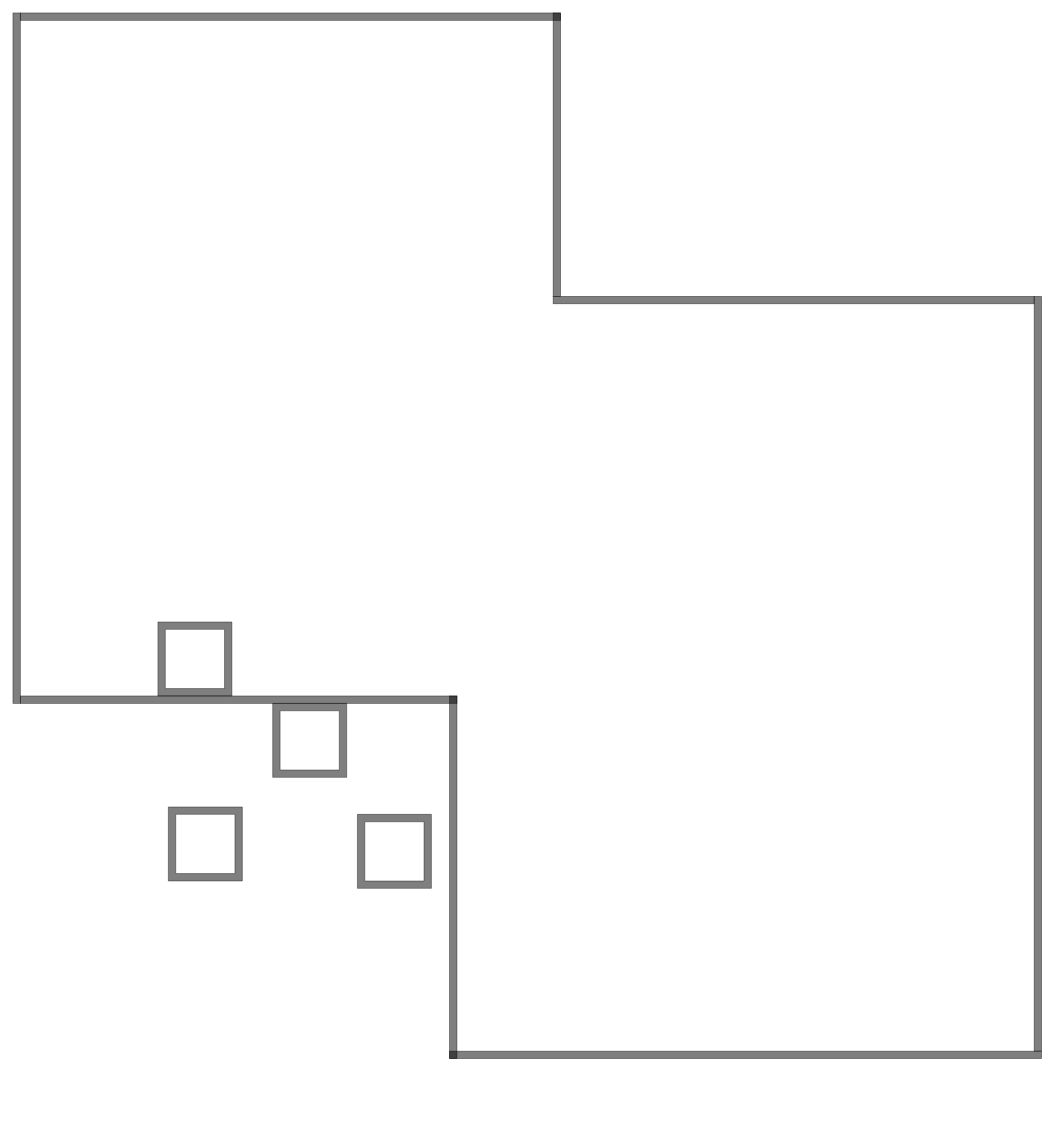
This is page "Page-3" (3 of 3) of LevelDesignWS.drawio from anotien/leveldesignWS, a draw.io file, before an edit. Source tidied: cells renumbered, new cells numbered last; positions are measured from the earlier drawing's top-left corner, leaving out a move shared by most shapes. Both pictures are drawn from the tidied source at 74%, with x=0, y=0 at pixel (13, 13).
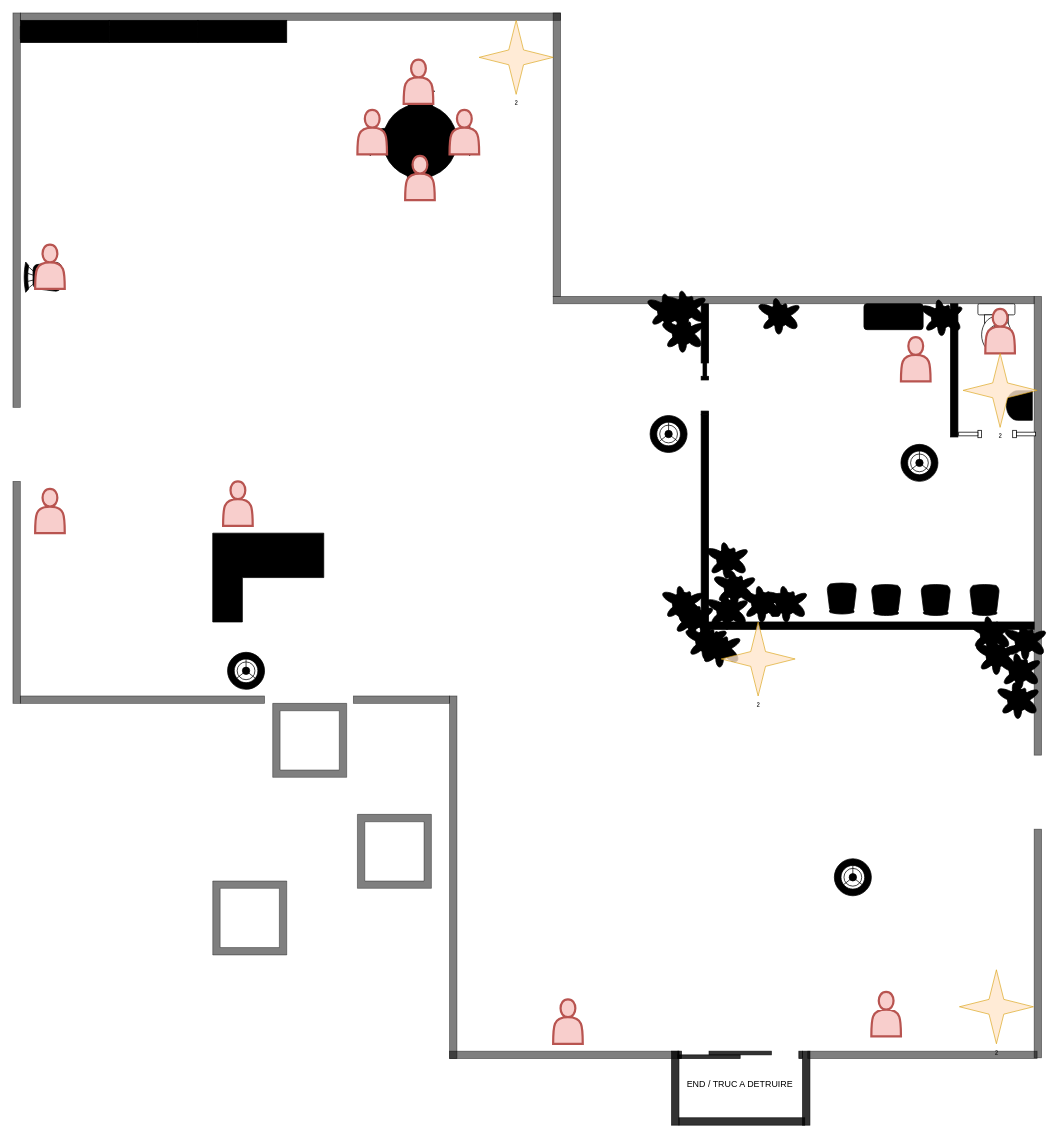
Above is the later version.

What changed in the source:
```diff
@@
-    <mxCell id="3" style="verticalLabelPosition=bottom;html=1;verticalAlign=top;align=center;shape=mxgraph.floorplan.room;fillColor=#000000;opacity=50;" parent="1" vertex="1">
-      <mxGeometry x="195.9" y="823" width="100" height="100" as="geometry" />
-    </mxCell>
     <mxCell id="4" style="verticalLabelPosition=bottom;html=1;verticalAlign=top;align=center;shape=mxgraph.floorplan.room;fillColor=#000000;opacity=50;" parent="1" vertex="1">
-      <mxGeometry x="210" y="1073" width="100" height="100" as="geometry" />
+      <mxGeometry x="270" y="1173" width="100" height="100" as="geometry" />
     </mxCell>
@@
     <mxCell id="9" style="verticalLabelPosition=bottom;html=1;verticalAlign=top;align=center;shape=mxgraph.floorplan.wall;fillColor=#000000;opacity=50;" parent="1" vertex="1">
-      <mxGeometry x="590" y="1403" width="800" height="10" as="geometry" />
+      <mxGeometry x="590" y="1403" width="310" height="10" as="geometry" />
     </mxCell>
@@
     <mxCell id="11" style="verticalLabelPosition=bottom;html=1;verticalAlign=top;align=center;shape=mxgraph.floorplan.wall;fillColor=#000000;opacity=50;" parent="1" vertex="1">
-      <mxGeometry x="10" y="923" width="590" height="10" as="geometry" />
+      <mxGeometry x="10" y="923" width="330" height="10" as="geometry" />
     </mxCell>
     <mxCell id="12" style="verticalLabelPosition=bottom;html=1;verticalAlign=top;align=center;shape=mxgraph.floorplan.wall;fillColor=#000000;direction=south;opacity=50;" parent="1" vertex="1">
-      <mxGeometry width="10" height="933" as="geometry" />
+      <mxGeometry y="633" width="10" height="300" as="geometry" />
     </mxCell>
     <mxCell id="13" style="verticalLabelPosition=bottom;html=1;verticalAlign=top;align=center;shape=mxgraph.floorplan.wall;fillColor=#000000;direction=south;opacity=50;" parent="1" vertex="1">
-      <mxGeometry x="1380" y="383" width="10" height="1020" as="geometry" />
+      <mxGeometry x="1380" y="383" width="10" height="620" as="geometry" />
     </mxCell>
+    <mxCell id="14" style="verticalLabelPosition=bottom;html=1;verticalAlign=top;align=center;shape=mxgraph.floorplan.wall;fillColor=#000000;opacity=50;" parent="1" vertex="1">
+      <mxGeometry x="460" y="923" width="130" height="10" as="geometry" />
+    </mxCell>
+    <mxCell id="15" style="verticalLabelPosition=bottom;html=1;verticalAlign=top;align=center;shape=mxgraph.floorplan.toilet;" parent="1" vertex="1">
+      <mxGeometry x="1304" y="393" width="50" height="67" as="geometry" />
+    </mxCell>
+    <mxCell id="16" style="verticalLabelPosition=bottom;html=1;verticalAlign=top;align=center;shape=mxgraph.floorplan.wall;fillColor=strokeColor;direction=south;" parent="1" vertex="1">
+      <mxGeometry x="1267" y="393" width="10" height="180" as="geometry" />
+    </mxCell>
+    <mxCell id="17" style="verticalLabelPosition=bottom;html=1;verticalAlign=top;align=center;shape=mxgraph.floorplan.doorDoublePocket;dx=0.25;fillColor=#FFFFFF;" parent="1" vertex="1">
+      <mxGeometry x="1278" y="565" width="104" height="8" as="geometry" />
+    </mxCell>
+    <mxCell id="18" style="verticalLabelPosition=bottom;html=1;verticalAlign=top;align=center;shape=mxgraph.floorplan.sink_1;fillColor=#000000;rotation=90;" parent="1" vertex="1">
+      <mxGeometry x="1340" y="513" width="40" height="35" as="geometry" />
+    </mxCell>
+    <mxCell id="19" style="verticalLabelPosition=bottom;html=1;verticalAlign=top;align=center;shape=mxgraph.floorplan.sink_double2;fillColor=#000000;" parent="1" vertex="1">
+      <mxGeometry x="1150" y="393" width="80" height="35" as="geometry" />
+    </mxCell>
+    <mxCell id="20" style="verticalLabelPosition=bottom;html=1;verticalAlign=top;align=center;shape=mxgraph.floorplan.plant;fillColor=#000000;" parent="1" vertex="1">
+      <mxGeometry x="940" y="782" width="47" height="51" as="geometry" />
+    </mxCell>
+    <mxCell id="21" style="verticalLabelPosition=bottom;html=1;verticalAlign=top;align=center;shape=mxgraph.floorplan.plant;fillColor=#000000;" parent="1" vertex="1">
+      <mxGeometry x="1230" y="385" width="47" height="51" as="geometry" />
+    </mxCell>
+    <mxCell id="22" style="verticalLabelPosition=bottom;html=1;verticalAlign=top;align=center;shape=mxgraph.floorplan.plant;fillColor=#000000;" parent="1" vertex="1">
+      <mxGeometry x="1010" y="383" width="47" height="51" as="geometry" />
+    </mxCell>
+    <mxCell id="23" style="verticalLabelPosition=bottom;html=1;verticalAlign=top;align=center;shape=mxgraph.floorplan.wall;fillColor=strokeColor;direction=south;" parent="1" vertex="1">
+      <mxGeometry x="930" y="543" width="10" height="280" as="geometry" />
+    </mxCell>
+    <mxCell id="24" style="verticalLabelPosition=bottom;html=1;verticalAlign=top;align=center;shape=mxgraph.floorplan.wall;fillColor=strokeColor;direction=south;" parent="1" vertex="1">
+      <mxGeometry x="930" y="393" width="10" height="80" as="geometry" />
+    </mxCell>
+    <mxCell id="25" style="verticalLabelPosition=bottom;html=1;verticalAlign=top;align=center;shape=mxgraph.floorplan.wall;fillColor=strokeColor;" parent="1" vertex="1">
+      <mxGeometry x="930" y="823" width="450" height="10" as="geometry" />
+    </mxCell>
+    <mxCell id="26" style="verticalLabelPosition=bottom;html=1;verticalAlign=top;align=center;shape=mxgraph.floorplan.plant;fillColor=#000000;" parent="1" vertex="1">
+      <mxGeometry x="987" y="772" width="47" height="51" as="geometry" />
+    </mxCell>
+    <mxCell id="27" style="verticalLabelPosition=bottom;html=1;verticalAlign=top;align=center;shape=mxgraph.floorplan.plant;fillColor=#000000;" parent="1" vertex="1">
+      <mxGeometry x="1020" y="772" width="47" height="51" as="geometry" />
+    </mxCell>
+    <mxCell id="28" style="verticalLabelPosition=bottom;html=1;verticalAlign=top;align=center;shape=mxgraph.floorplan.plant;fillColor=#000000;" parent="1" vertex="1">
+      <mxGeometry x="950" y="751" width="47" height="51" as="geometry" />
+    </mxCell>
+    <mxCell id="29" style="verticalLabelPosition=bottom;html=1;verticalAlign=top;align=center;shape=mxgraph.floorplan.plant;fillColor=#000000;" parent="1" vertex="1">
+      <mxGeometry x="940" y="713" width="47" height="51" as="geometry" />
+    </mxCell>
+    <mxCell id="30" style="verticalLabelPosition=bottom;html=1;verticalAlign=top;align=center;shape=mxgraph.floorplan.plant;fillColor=#000000;" parent="1" vertex="1">
+      <mxGeometry x="1343" y="823" width="47" height="51" as="geometry" />
+    </mxCell>
+    <mxCell id="31" style="verticalLabelPosition=bottom;html=1;verticalAlign=top;align=center;shape=mxgraph.floorplan.plant;fillColor=#000000;" parent="1" vertex="1">
+      <mxGeometry x="1296" y="813" width="47" height="51" as="geometry" />
+    </mxCell>
+    <mxCell id="32" style="verticalLabelPosition=bottom;html=1;verticalAlign=top;align=center;shape=mxgraph.floorplan.plant;fillColor=#000000;" parent="1" vertex="1">
+      <mxGeometry x="1335" y="863" width="47" height="51" as="geometry" />
+    </mxCell>
+    <mxCell id="33" style="verticalLabelPosition=bottom;html=1;verticalAlign=top;align=center;shape=mxgraph.floorplan.plant;fillColor=#000000;" parent="1" vertex="1">
+      <mxGeometry x="1304" y="843" width="47" height="51" as="geometry" />
+    </mxCell>
+    <mxCell id="34" style="verticalLabelPosition=bottom;html=1;verticalAlign=top;align=center;shape=mxgraph.floorplan.plant;fillColor=#000000;" parent="1" vertex="1">
+      <mxGeometry x="1333" y="902.5" width="47" height="51" as="geometry" />
+    </mxCell>
+    <mxCell id="35" style="verticalLabelPosition=bottom;html=1;verticalAlign=top;align=center;shape=mxgraph.floorplan.doorPocket;dx=0.5;fillColor=#000000;rotation=90;" parent="1" vertex="1">
+      <mxGeometry x="883" y="486" width="104" height="10" as="geometry" />
+    </mxCell>
+    <mxCell id="36" style="verticalLabelPosition=bottom;html=1;verticalAlign=top;align=center;shape=mxgraph.floorplan.plant;fillColor=#000000;" parent="1" vertex="1">
+      <mxGeometry x="883" y="373" width="47" height="51" as="geometry" />
+    </mxCell>
+    <mxCell id="37" style="verticalLabelPosition=bottom;html=1;verticalAlign=top;align=center;shape=mxgraph.floorplan.plant;fillColor=#000000;" parent="1" vertex="1">
+      <mxGeometry x="860" y="377" width="47" height="51" as="geometry" />
+    </mxCell>
+    <mxCell id="38" style="verticalLabelPosition=bottom;html=1;verticalAlign=top;align=center;shape=mxgraph.floorplan.plant;fillColor=#000000;" parent="1" vertex="1">
+      <mxGeometry x="880" y="407.5" width="47" height="51" as="geometry" />
+    </mxCell>
+    <mxCell id="39" style="verticalLabelPosition=bottom;html=1;verticalAlign=top;align=center;shape=mxgraph.floorplan.plant;fillColor=#000000;" parent="1" vertex="1">
+      <mxGeometry x="880" y="772" width="47" height="51" as="geometry" />
+    </mxCell>
+    <mxCell id="40" style="verticalLabelPosition=bottom;html=1;verticalAlign=top;align=center;shape=mxgraph.floorplan.plant;fillColor=#000000;" parent="1" vertex="1">
+      <mxGeometry x="930" y="833" width="47" height="51" as="geometry" />
+    </mxCell>
+    <mxCell id="41" style="verticalLabelPosition=bottom;html=1;verticalAlign=top;align=center;shape=mxgraph.floorplan.plant;fillColor=#000000;" parent="1" vertex="1">
+      <mxGeometry x="893" y="792" width="47" height="51" as="geometry" />
+    </mxCell>
+    <mxCell id="42" style="verticalLabelPosition=bottom;html=1;verticalAlign=top;align=center;shape=mxgraph.floorplan.plant;fillColor=#000000;" parent="1" vertex="1">
+      <mxGeometry x="911.5" y="823" width="47" height="51" as="geometry" />
+    </mxCell>
+    <mxCell id="43" style="shape=actor;whiteSpace=wrap;html=1;sketch=0;strokeColor=#b85450;strokeWidth=3;fillColor=#f8cecc;" parent="1" vertex="1">
+      <mxGeometry x="1200" y="438" width="40" height="60" as="geometry" />
+    </mxCell>
+    <mxCell id="44" style="shape=actor;whiteSpace=wrap;html=1;sketch=0;strokeColor=#b85450;strokeWidth=3;fillColor=#f8cecc;" parent="1" vertex="1">
+      <mxGeometry x="1160" y="1323" width="40" height="60" as="geometry" />
+    </mxCell>
+    <mxCell id="45" style="verticalLabelPosition=bottom;html=1;verticalAlign=top;align=center;shape=mxgraph.floorplan.office_chair;fillColor=#000000;rotation=-180;" parent="1" vertex="1">
+      <mxGeometry x="1100" y="770" width="40" height="43" as="geometry" />
+    </mxCell>
+    <mxCell id="46" style="verticalLabelPosition=bottom;html=1;verticalAlign=top;align=center;shape=mxgraph.floorplan.office_chair;fillColor=#000000;rotation=-180;" parent="1" vertex="1">
+      <mxGeometry x="1160" y="772" width="40" height="43" as="geometry" />
+    </mxCell>
+    <mxCell id="47" style="verticalLabelPosition=bottom;html=1;verticalAlign=top;align=center;shape=mxgraph.floorplan.office_chair;fillColor=#000000;rotation=-180;" parent="1" vertex="1">
+      <mxGeometry x="1227" y="772" width="40" height="43" as="geometry" />
+    </mxCell>
+    <mxCell id="48" style="verticalLabelPosition=bottom;html=1;verticalAlign=top;align=center;shape=mxgraph.floorplan.office_chair;fillColor=#000000;rotation=-180;" parent="1" vertex="1">
+      <mxGeometry x="1293" y="772" width="40" height="43" as="geometry" />
+    </mxCell>
+    <mxCell id="49" style="verticalLabelPosition=bottom;html=1;verticalAlign=top;align=center;shape=mxgraph.floorplan.chair;shadow=0;fillColor=#000000;" parent="1" vertex="1">
+      <mxGeometry x="530" y="103" width="40" height="52" as="geometry" />
+    </mxCell>
+    <mxCell id="50" style="verticalLabelPosition=bottom;html=1;verticalAlign=top;align=center;shape=mxgraph.floorplan.chair;shadow=0;direction=west;fillColor=#000000;" parent="1" vertex="1">
+      <mxGeometry x="530" y="191" width="40" height="52" as="geometry" />
+    </mxCell>
+    <mxCell id="51" style="verticalLabelPosition=bottom;html=1;verticalAlign=top;align=center;shape=mxgraph.floorplan.chair;shadow=0;direction=north;fillColor=#000000;" parent="1" vertex="1">
+      <mxGeometry x="480" y="153" width="52" height="40" as="geometry" />
+    </mxCell>
+    <mxCell id="52" style="verticalLabelPosition=bottom;html=1;verticalAlign=top;align=center;shape=mxgraph.floorplan.chair;shadow=0;direction=south;fillColor=#000000;" parent="1" vertex="1">
+      <mxGeometry x="568" y="153" width="52" height="40" as="geometry" />
+    </mxCell>
+    <mxCell id="53" style="shape=ellipse;shadow=0;fillColor=#000000;" parent="1" vertex="1">
+      <mxGeometry x="500" y="123" width="100" height="100" as="geometry" />
+    </mxCell>
+    <mxCell id="54" style="shape=actor;whiteSpace=wrap;html=1;sketch=0;strokeColor=#b85450;strokeWidth=3;fillColor=#f8cecc;" parent="1" vertex="1">
+      <mxGeometry x="530" y="193" width="40" height="60" as="geometry" />
+    </mxCell>
+    <mxCell id="55" style="shape=actor;whiteSpace=wrap;html=1;sketch=0;strokeColor=#b85450;strokeWidth=3;fillColor=#f8cecc;" parent="1" vertex="1">
+      <mxGeometry x="528" y="63" width="40" height="60" as="geometry" />
+    </mxCell>
+    <mxCell id="56" style="shape=actor;whiteSpace=wrap;html=1;sketch=0;strokeColor=#b85450;strokeWidth=3;fillColor=#f8cecc;" parent="1" vertex="1">
+      <mxGeometry x="465.5" y="131" width="40" height="60" as="geometry" />
+    </mxCell>
+    <mxCell id="57" style="shape=actor;whiteSpace=wrap;html=1;sketch=0;strokeColor=#b85450;strokeWidth=3;fillColor=#f8cecc;" parent="1" vertex="1">
+      <mxGeometry x="590" y="131" width="40" height="60" as="geometry" />
+    </mxCell>
+    <mxCell id="58" style="verticalLabelPosition=bottom;html=1;verticalAlign=top;align=center;shape=mxgraph.floorplan.floor_lamp;fillColor=#000000;" parent="1" vertex="1">
+      <mxGeometry x="290" y="864" width="50" height="50" as="geometry" />
+    </mxCell>
+    <mxCell id="59" style="verticalLabelPosition=bottom;html=1;verticalAlign=top;align=center;shape=mxgraph.floorplan.floor_lamp;fillColor=#000000;" parent="1" vertex="1">
+      <mxGeometry x="1200" y="583" width="50" height="50" as="geometry" />
+    </mxCell>
+    <mxCell id="60" style="verticalLabelPosition=bottom;html=1;verticalAlign=top;align=center;shape=mxgraph.floorplan.floor_lamp;fillColor=#000000;" parent="1" vertex="1">
+      <mxGeometry x="861" y="544" width="50" height="50" as="geometry" />
+    </mxCell>
+    <mxCell id="61" style="verticalLabelPosition=bottom;html=1;verticalAlign=top;align=center;shape=mxgraph.floorplan.floor_lamp;fillColor=#000000;" parent="1" vertex="1">
+      <mxGeometry x="1110" y="1143" width="50" height="50" as="geometry" />
+    </mxCell>
+    <mxCell id="62" style="verticalLabelPosition=bottom;html=1;verticalAlign=top;align=center;shape=mxgraph.floorplan.desk_corner_2;fillColor=#000000;" parent="1" vertex="1">
+      <mxGeometry x="270" y="703" width="150" height="120" as="geometry" />
+    </mxCell>
+    <mxCell id="63" style="verticalLabelPosition=bottom;html=1;verticalAlign=top;align=center;shape=mxgraph.floorplan.bookcase;fillColor=#000000;" parent="1" vertex="1">
+      <mxGeometry x="10" y="10" width="120" height="30" as="geometry" />
+    </mxCell>
+    <mxCell id="64" style="verticalLabelPosition=bottom;html=1;verticalAlign=top;align=center;shape=mxgraph.floorplan.bookcase;fillColor=#000000;" parent="1" vertex="1">
+      <mxGeometry x="130" y="10" width="120" height="30" as="geometry" />
+    </mxCell>
+    <mxCell id="65" style="verticalLabelPosition=bottom;html=1;verticalAlign=top;align=center;shape=mxgraph.floorplan.bookcase;fillColor=#000000;" parent="1" vertex="1">
+      <mxGeometry x="250" y="10" width="120" height="30" as="geometry" />
+    </mxCell>
+    <mxCell id="66" style="verticalLabelPosition=bottom;html=1;verticalAlign=top;align=center;shape=mxgraph.floorplan.chair;fillColor=#000000;rotation=-90;" parent="1" vertex="1">
+      <mxGeometry x="20" y="331" width="41" height="52" as="geometry" />
+    </mxCell>
+    <mxCell id="67" style="shape=actor;whiteSpace=wrap;html=1;sketch=0;strokeColor=#b85450;strokeWidth=3;fillColor=#f8cecc;" parent="1" vertex="1">
+      <mxGeometry x="30" y="313" width="40" height="60" as="geometry" />
+    </mxCell>
+    <mxCell id="68" style="shape=actor;whiteSpace=wrap;html=1;sketch=0;strokeColor=#b85450;strokeWidth=3;fillColor=#f8cecc;" parent="1" vertex="1">
+      <mxGeometry x="730" y="1333" width="40" height="60" as="geometry" />
+    </mxCell>
+    <mxCell id="69" style="verticalLabelPosition=bottom;html=1;verticalAlign=top;align=center;shape=mxgraph.floorplan.wall;fillColor=#000000;direction=south;opacity=50;" parent="1" vertex="1">
+      <mxGeometry width="10" height="533" as="geometry" />
+    </mxCell>
+    <mxCell id="70" style="verticalLabelPosition=bottom;html=1;verticalAlign=top;align=center;shape=mxgraph.floorplan.wall;fillColor=#000000;direction=south;opacity=50;" parent="1" vertex="1">
+      <mxGeometry x="1380" y="1103" width="10" height="309" as="geometry" />
+    </mxCell>
+    <mxCell id="71" style="shape=actor;whiteSpace=wrap;html=1;sketch=0;strokeColor=#b85450;strokeWidth=3;fillColor=#f8cecc;" parent="1" vertex="1">
+      <mxGeometry x="30" y="643" width="40" height="60" as="geometry" />
+    </mxCell>
+    <mxCell id="72" style="shape=actor;whiteSpace=wrap;html=1;sketch=0;strokeColor=#b85450;strokeWidth=3;fillColor=#f8cecc;" parent="1" vertex="1">
+      <mxGeometry x="284" y="633" width="40" height="60" as="geometry" />
+    </mxCell>
+    <mxCell id="73" style="shape=actor;whiteSpace=wrap;html=1;sketch=0;strokeColor=#b85450;strokeWidth=3;fillColor=#f8cecc;" parent="1" vertex="1">
+      <mxGeometry x="1314" y="400" width="40" height="60" as="geometry" />
+    </mxCell>
+    <mxCell id="74" value="²" style="verticalLabelPosition=bottom;verticalAlign=top;html=1;shape=mxgraph.basic.4_point_star_2;dx=0.8;fillColor=#ffe6cc;strokeColor=#d79b00;opacity=80;" parent="1" vertex="1">
+      <mxGeometry x="1284" y="460" width="100" height="100" as="geometry" />
+    </mxCell>
+    <mxCell id="75" value="²" style="verticalLabelPosition=bottom;verticalAlign=top;html=1;shape=mxgraph.basic.4_point_star_2;dx=0.8;fillColor=#ffe6cc;strokeColor=#d79b00;opacity=80;" parent="1" vertex="1">
+      <mxGeometry x="630" y="10" width="100" height="100" as="geometry" />
+    </mxCell>
+    <mxCell id="76" value="²" style="verticalLabelPosition=bottom;verticalAlign=top;html=1;shape=mxgraph.basic.4_point_star_2;dx=0.8;fillColor=#ffe6cc;strokeColor=#d79b00;opacity=80;" parent="1" vertex="1">
+      <mxGeometry x="957" y="823" width="100" height="100" as="geometry" />
+    </mxCell>
+    <mxCell id="77" value="²" style="verticalLabelPosition=bottom;verticalAlign=top;html=1;shape=mxgraph.basic.4_point_star_2;dx=0.8;fillColor=#ffe6cc;strokeColor=#d79b00;opacity=80;" parent="1" vertex="1">
+      <mxGeometry x="1279" y="1293" width="100" height="100" as="geometry" />
+    </mxCell>
+    <mxCell id="78" style="verticalLabelPosition=bottom;html=1;verticalAlign=top;align=center;shape=mxgraph.floorplan.wall;fillColor=#000000;opacity=50;" parent="1" vertex="1">
+      <mxGeometry x="1074" y="1403" width="310" height="10" as="geometry" />
+    </mxCell>
+    <mxCell id="79" style="verticalLabelPosition=bottom;html=1;verticalAlign=top;align=center;shape=mxgraph.floorplan.wall;fillColor=strokeColor;direction=south;opacity=80;" parent="1" vertex="1">
+      <mxGeometry x="890" y="1403" width="10" height="100" as="geometry" />
+    </mxCell>
+    <mxCell id="80" style="verticalLabelPosition=bottom;html=1;verticalAlign=top;align=center;shape=mxgraph.floorplan.wall;fillColor=strokeColor;direction=south;opacity=80;" parent="1" vertex="1">
+      <mxGeometry x="1067" y="1403" width="10" height="100" as="geometry" />
+    </mxCell>
+    <mxCell id="81" style="verticalLabelPosition=bottom;html=1;verticalAlign=top;align=center;shape=mxgraph.floorplan.wall;fillColor=strokeColor;opacity=80;" parent="1" vertex="1">
+      <mxGeometry x="900" y="1493" width="170" height="10" as="geometry" />
+    </mxCell>
+    <mxCell id="82" style="verticalLabelPosition=bottom;html=1;verticalAlign=top;align=center;shape=mxgraph.floorplan.doorBypass;dx=0.25;fillColor=#000000;opacity=80;" parent="1" vertex="1">
+      <mxGeometry x="898.5" y="1403" width="168.5" height="10" as="geometry" />
+    </mxCell>
+    <mxCell id="83" value="END / TRUC A DETRUIRE" style="text;html=1;align=center;verticalAlign=middle;strokeColor=none;fillColor=none;" parent="1" vertex="1">
+      <mxGeometry x="897" y="1433" width="170" height="30" as="geometry" />
+    </mxCell>
```
